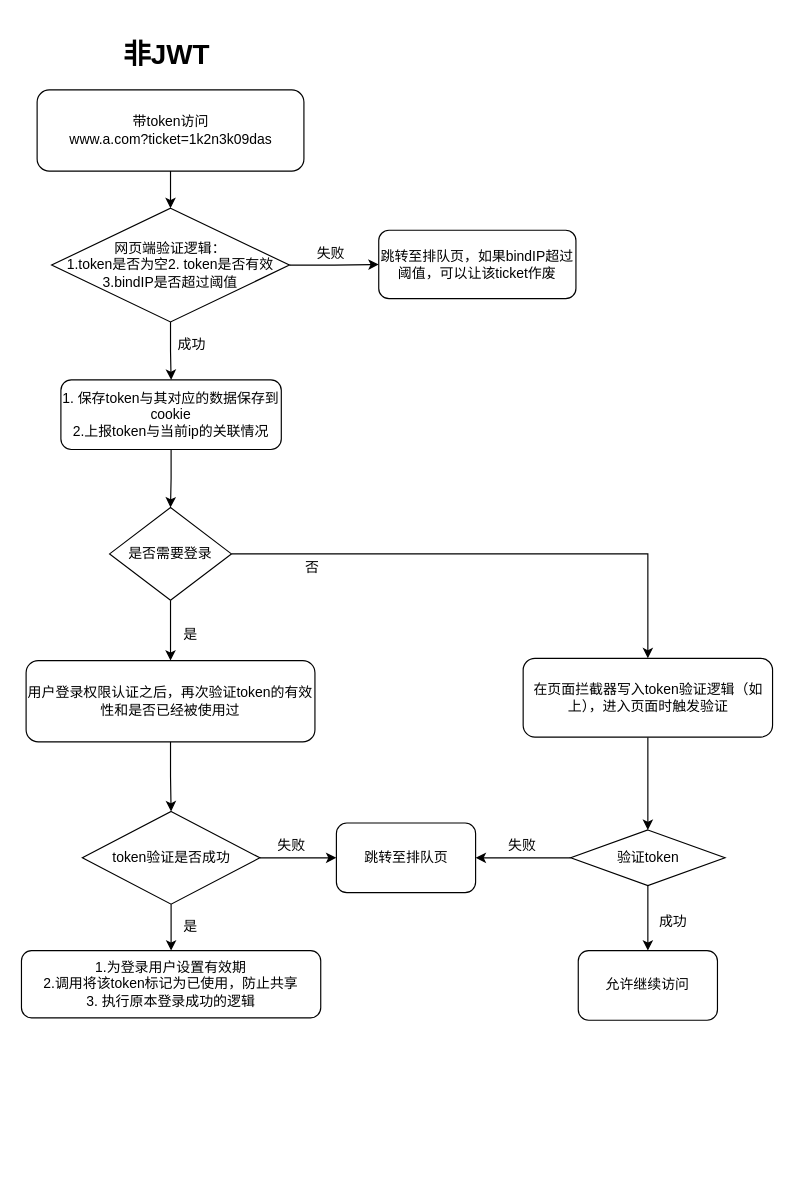
Earlier version of the draw.io diagram architecture/ticket_auth.drawio (openqueue-io/openqueue). Source tidied: cells renumbered, new cells numbered last; positions are measured from the earlier drawing's top-left corner, leaving out a move shared by most shapes. Both pictures are drawn from the tidied source at 116%, with x=0, y=0 at pixel (21, 31).
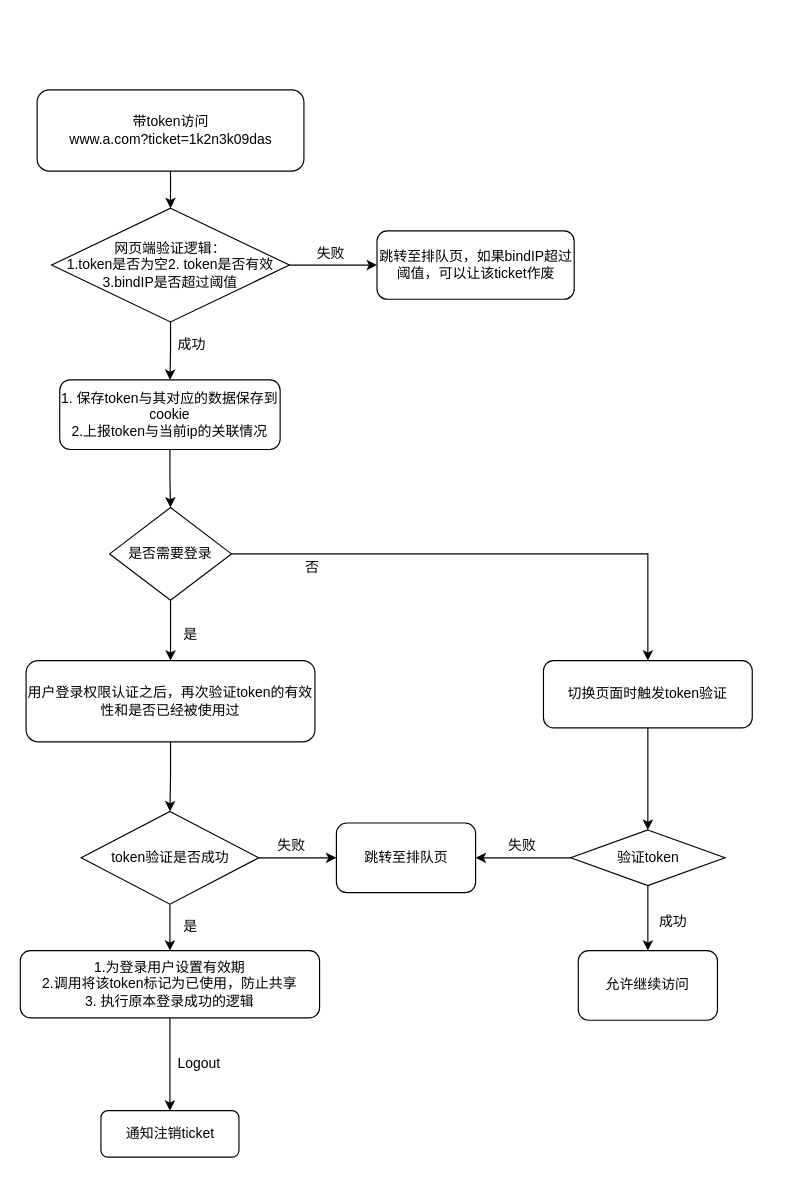
The same page after the edit.

Diff of the diagram source:
```diff
@@
-    <mxCell id="4" value="&lt;h1&gt;非JWT&lt;/h1&gt;" style="text;html=1;strokeColor=none;fillColor=none;spacing=5;spacingTop=-20;whiteSpace=wrap;overflow=hidden;rounded=0;" parent="1" vertex="1">
-      <mxGeometry x="83" width="90" height="30" as="geometry" />
-    </mxCell>
@@
     <mxCell id="6" value="1. 保存token与其对应的数据保存到cookie&lt;br&gt;2.上报token与当前ip的关联情况" style="rounded=1;whiteSpace=wrap;html=1;" parent="1" vertex="1">
-      <mxGeometry x="34" y="300" width="190" height="60" as="geometry" />
+      <mxGeometry x="33" y="300" width="190" height="60" as="geometry" />
     </mxCell>
@@
-    <mxCell id="13" value="在页面拦截器写入token验证逻辑（如上），进入页面时触发验证" style="rounded=1;whiteSpace=wrap;html=1;" parent="1" vertex="1">
-      <mxGeometry x="432.5" y="540" width="215" height="68" as="geometry" />
+    <mxCell id="13" value="切换页面时触发token验证" style="rounded=1;whiteSpace=wrap;html=1;" parent="1" vertex="1">
+      <mxGeometry x="450" y="542" width="180" height="58" as="geometry" />
     </mxCell>
@@
     <mxCell id="18" value="token验证是否成功" style="rhombus;whiteSpace=wrap;html=1;" parent="1" vertex="1">
-      <mxGeometry x="52.5" y="672" width="153" height="80" as="geometry" />
+      <mxGeometry x="51.5" y="672" width="153" height="80" as="geometry" />
     </mxCell>
+    <mxCell id="35" style="edgeStyle=orthogonalEdgeStyle;rounded=0;jettySize=auto;html=1;" parent="1" edge="1" source="19" target="36">
+      <mxGeometry relative="1" as="geometry" />
+    </mxCell>
     <mxCell id="19" value="1.为登录用户设置有效期&lt;br&gt;2.调用将该token标记为已使用，防止共享&lt;br&gt;3. 执行原本登录成功的逻辑" style="rounded=1;whiteSpace=wrap;html=1;" parent="1" vertex="1">
-      <mxGeometry y="792" width="258" height="58" as="geometry" />
+      <mxGeometry x="-1" y="792" width="258" height="58" as="geometry" />
     </mxCell>
@@
     <mxCell id="33" value="跳转至排队页，如果bindIP超过阈值，可以让该ticket作废" style="rounded=1;whiteSpace=wrap;html=1;" parent="1" vertex="1">
-      <mxGeometry x="308" y="171" width="170" height="59" as="geometry" />
+      <mxGeometry x="306.5" y="171.5" width="170" height="59" as="geometry" />
     </mxCell>
@@
+    <mxCell id="36" value="通知注销ticket" style="rounded=1;whiteSpace=wrap;html=1;" parent="1" vertex="1">
+      <mxGeometry x="68.5" y="930" width="119" height="40" as="geometry" />
+    </mxCell>
+    <mxCell id="37" value="Logout" style="text;html=1;align=left;verticalAlign=top;spacingTop=-4;" parent="1" vertex="1">
+      <mxGeometry x="133" y="880" width="50" height="20" as="geometry" />
+    </mxCell>
```
